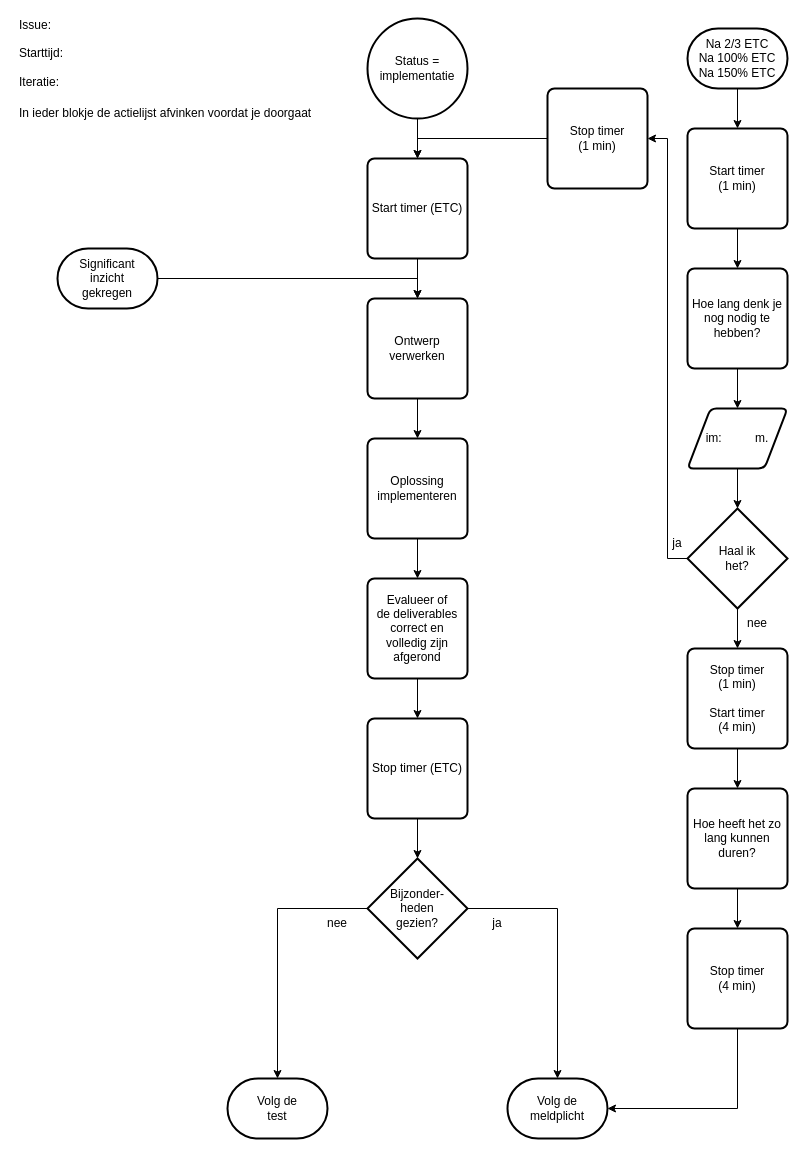
This is 7 Issue Tracker implementatie.drawio from Zaibatsu89/IssueTracker, a draw.io file, before an edit. Source tidied: cells renumbered, new cells numbered last; positions are measured from the earlier drawing's top-left corner, leaving out a move shared by most shapes. Both pictures are drawn from the tidied source at 100%, with x=0, y=0 at pixel (17, 18).
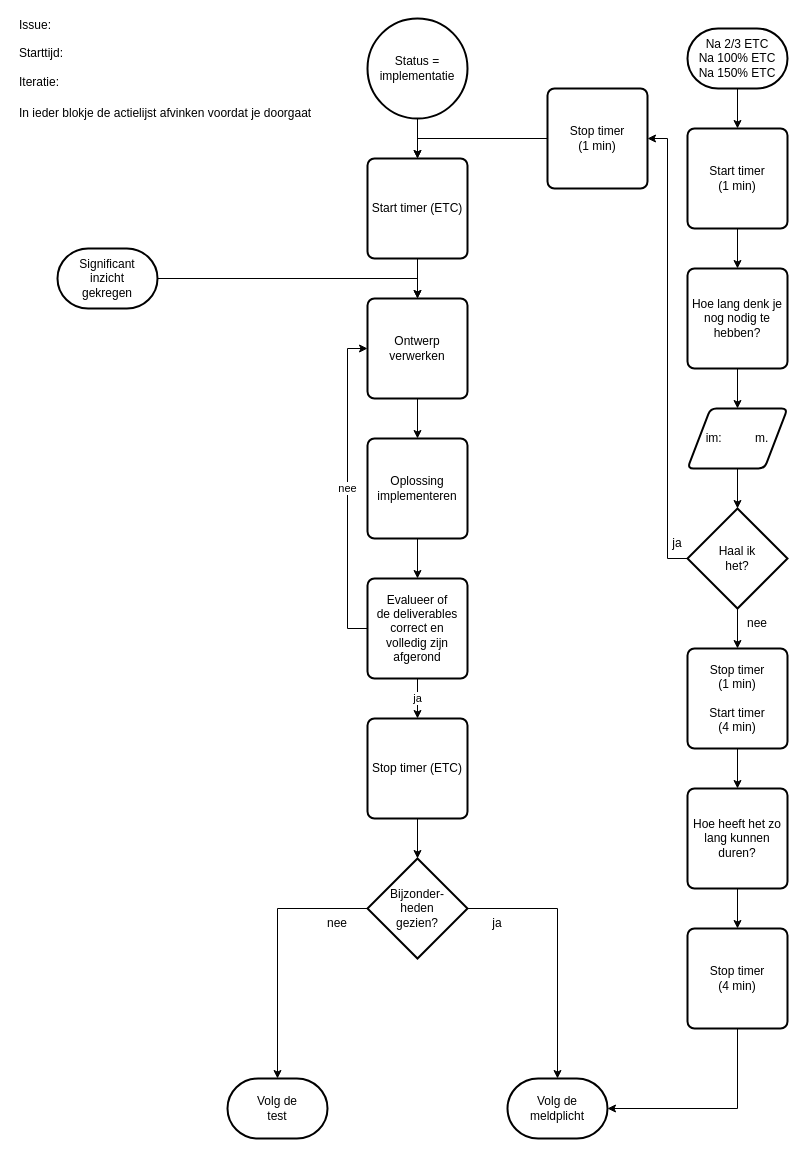
After the change.

Unchanged cells that the change refers to:
```xml
<mxCell id="5" value="Evalueer of&lt;br&gt;de deliverables&lt;br&gt;correct en&lt;br&gt;volledig zijn&lt;br&gt;afgerond" style="rounded=1;whiteSpace=wrap;html=1;absoluteArcSize=1;arcSize=14;strokeWidth=2;" parent="1" vertex="1">
  <mxGeometry x="350" y="560" width="100" height="100" as="geometry" />
</mxCell>
<mxCell id="30" value="Ontwerp verwerken" style="rounded=1;whiteSpace=wrap;html=1;absoluteArcSize=1;arcSize=14;strokeWidth=2;" parent="1" vertex="1">
  <mxGeometry x="350" y="280" width="100" height="100" as="geometry" />
</mxCell>
<mxCell id="39" value="&lt;font&gt;Stop timer (ETC)&lt;/font&gt;" style="rounded=1;whiteSpace=wrap;html=1;absoluteArcSize=1;arcSize=14;strokeWidth=2;" parent="1" vertex="1">
  <mxGeometry x="350" y="700" width="100" height="100" as="geometry" />
</mxCell>
```

Change to the diagram source:
```diff
@@
-    <mxCell id="4" style="edgeStyle=orthogonalEdgeStyle;rounded=0;jettySize=auto;html=1;" parent="1" edge="1" source="5" target="39">
+    <mxCell id="4" value="ja" style="edgeStyle=orthogonalEdgeStyle;rounded=0;jettySize=auto;html=1;" parent="1" edge="1" source="5" target="39">
       <mxGeometry relative="1" as="geometry" />
     </mxCell>
+    <mxCell id="46" value="nee" style="edgeStyle=orthogonalEdgeStyle;rounded=0;jettySize=auto;html=1;exitX=0;exitY=0.5;exitDx=0;exitDy=0;entryX=0;entryY=0.5;entryDx=0;entryDy=0;" parent="1" edge="1" source="5" target="30">
+      <mxGeometry relative="1" as="geometry" />
+    </mxCell>
```
